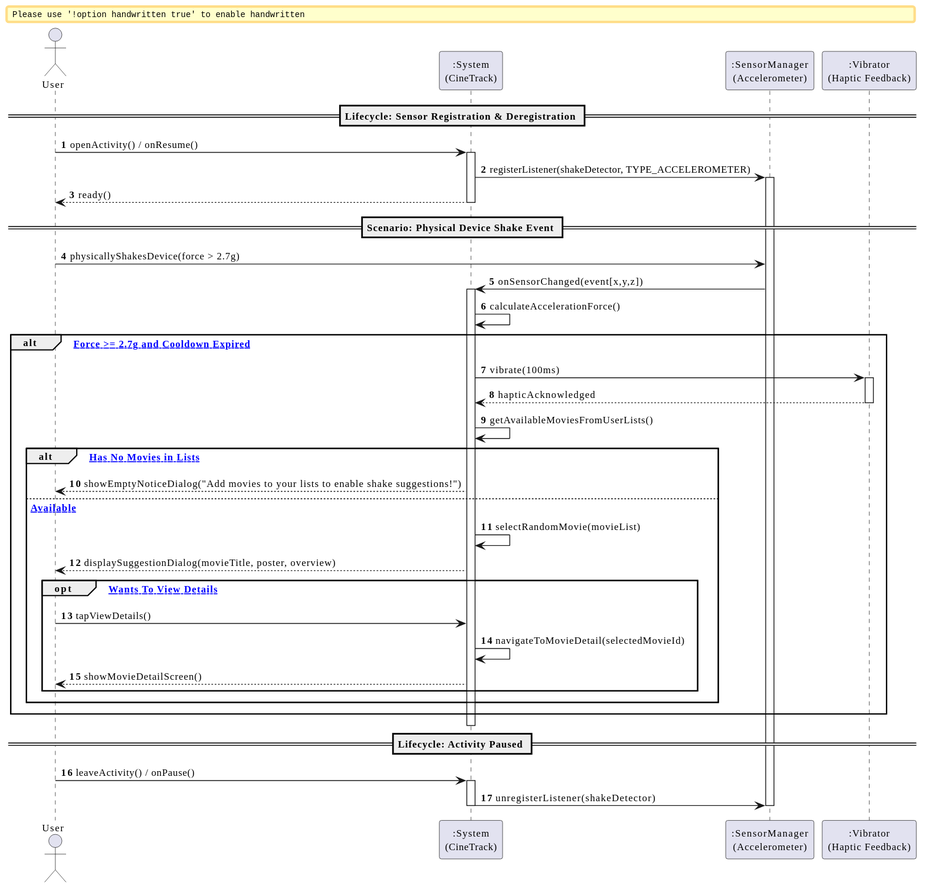
Earlier version of the PlantUML export docs/Use Cases/US6/svg/ssd_us6_shake_suggest.svg (Andre-1240567/DSSMV_ProjectDroid_1240567_1241013). Its diagram source:
```plantuml
@startuml
skinparam handwritten false
skinparam monochrome false
skinparam shadowing false
skinparam defaultFontName "Helvetica, Arial, sans-serif"
skinparam defaultFontSize 12

actor "User" as User
participant ":System\n(CineTrack)" as System
participant ":SensorManager\n(Accelerometer)" as Sensor
participant ":Vibrator\n(Haptic Feedback)" as Haptic

autonumber

== Lifecycle: Sensor Registration & Deregistration ==

User -> System : openActivity() / onResume()
activate System
System -> Sensor : registerListener(shakeDetector, TYPE_ACCELEROMETER)
activate Sensor
System --> User : ready()
deactivate System

== Scenario: Physical Device Shake Event ==

User -> Sensor : physicallyShakesDevice(force > 2.7g)
Sensor -> System : onSensorChanged(event[x,y,z])
activate System

System -> System : calculateAccelerationForce()

alt [Acceleration Force >= 2.7g and Cooldown Expired]
    System -> Haptic : vibrate(100ms)
    activate Haptic
    Haptic --> System : hapticAcknowledged
    deactivate Haptic

    System -> System : getAvailableMoviesFromUserLists()

    alt [User Has No Movies in Lists]
        System --> User : showEmptyNoticeDialog("Add movies to your lists to enable shake suggestions!")
    else [Movies Available]
        System -> System : selectRandomMovie(movieList)
        System --> User : displaySuggestionDialog(movieTitle, poster, overview)

        opt [User Wants To View Details]
            User -> System : tapViewDetails()
            System -> System : navigateToMovieDetail(selectedMovieId)
            System --> User : showMovieDetailScreen()
        end
    end
end

deactivate System

== Lifecycle: Activity Paused ==

User -> System : leaveActivity() / onPause()
activate System
System -> Sensor : unregisterListener(shakeDetector)
deactivate Sensor
deactivate System
@enduml
```
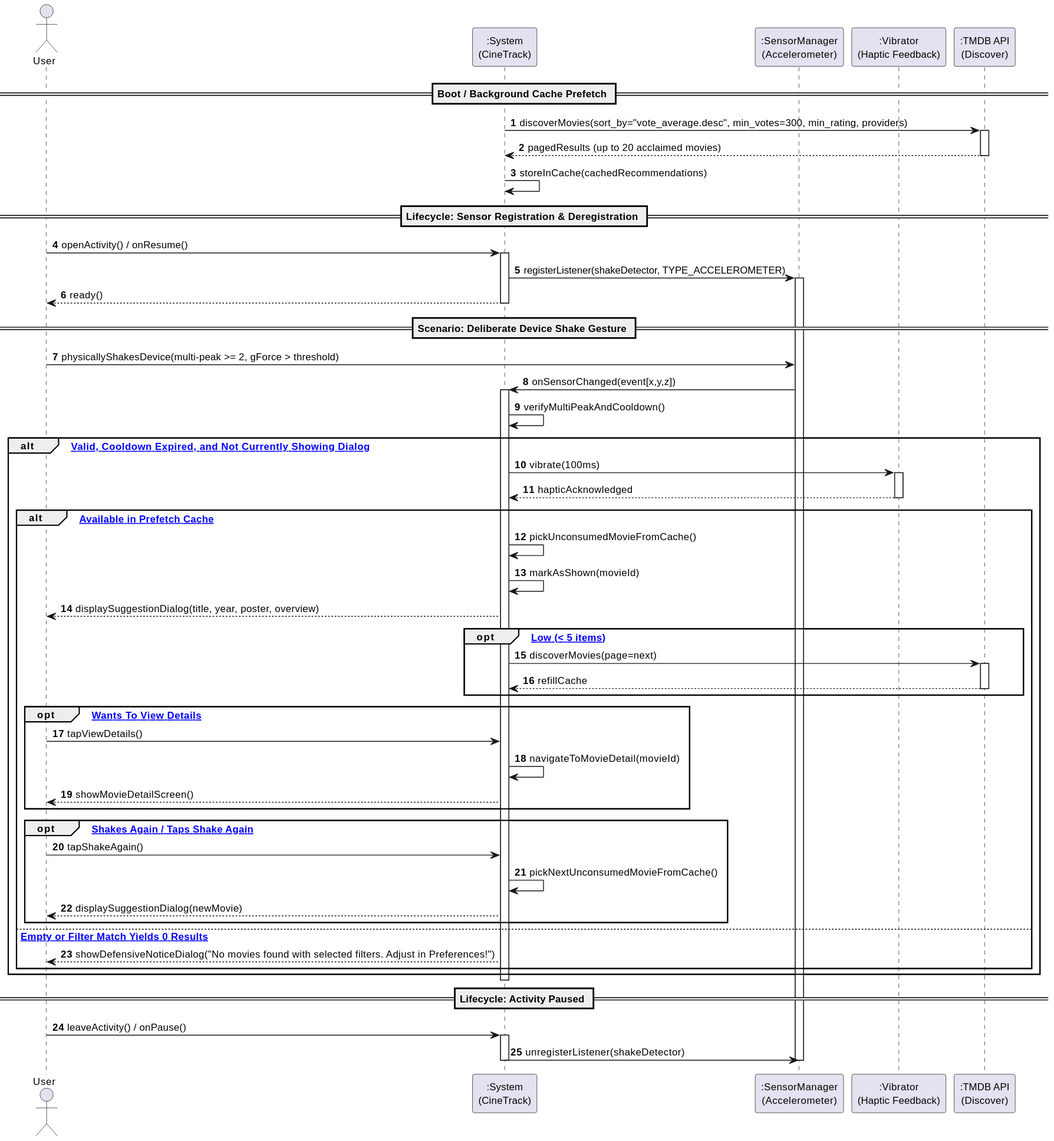
The same diagram one commit later.

Commit message:
docs: sync PlantUML SVGs, fix markdown links and remove machine-specific JDK path

Change to the diagram source:
```diff
@@ -9,8 +9,17 @@
 participant ":System\n(CineTrack)" as System
 participant ":SensorManager\n(Accelerometer)" as Sensor
 participant ":Vibrator\n(Haptic Feedback)" as Haptic
+participant ":TMDB API\n(Discover)" as TMDB
 
 autonumber
+
+== Boot / Background Cache Prefetch ==
+
+System -> TMDB : discoverMovies(sort_by="vote_average.desc", min_votes=300, min_rating, providers)
+activate TMDB
+TMDB --> System : pagedResults (up to 20 acclaimed movies)
+deactivate TMDB
+System -> System : storeInCache(cachedRecommendations)
 
 == Lifecycle: Sensor Registration & Deregistration ==
 
@@ -21,33 +30,45 @@
 System --> User : ready()
 deactivate System
 
-== Scenario: Physical Device Shake Event ==
+== Scenario: Deliberate Device Shake Gesture ==
 
-User -> Sensor : physicallyShakesDevice(force > 2.7g)
+User -> Sensor : physicallyShakesDevice(multi-peak >= 2, gForce > threshold)
 Sensor -> System : onSensorChanged(event[x,y,z])
 activate System
 
-System -> System : calculateAccelerationForce()
+System -> System : verifyMultiPeakAndCooldown()
 
-alt [Acceleration Force >= 2.7g and Cooldown Expired]
+alt [Debounce Valid, Cooldown Expired, and Not Currently Showing Dialog]
     System -> Haptic : vibrate(100ms)
     activate Haptic
     Haptic --> System : hapticAcknowledged
     deactivate Haptic
 
-    System -> System : getAvailableMoviesFromUserLists()
+    alt [Movie Available in Prefetch Cache]
+        System -> System : pickUnconsumedMovieFromCache()
+        System -> System : markAsShown(movieId)
+        System --> User : displaySuggestionDialog(title, year, poster, overview)
 
-    alt [User Has No Movies in Lists]
-        System --> User : showEmptyNoticeDialog("Add movies to your lists to enable shake suggestions!")
-    else [Movies Available]
-        System -> System : selectRandomMovie(movieList)
-        System --> User : displaySuggestionDialog(movieTitle, poster, overview)
+        opt [Cache Low (< 5 items)]
+            System -> TMDB : discoverMovies(page=next)
+            activate TMDB
+            TMDB --> System : refillCache
+            deactivate TMDB
+        end
 
         opt [User Wants To View Details]
             User -> System : tapViewDetails()
-            System -> System : navigateToMovieDetail(selectedMovieId)
+            System -> System : navigateToMovieDetail(movieId)
             System --> User : showMovieDetailScreen()
         end
+
+        opt [User Shakes Again / Taps Shake Again]
+            User -> System : tapShakeAgain()
+            System -> System : pickNextUnconsumedMovieFromCache()
+            System --> User : displaySuggestionDialog(newMovie)
+        end
+    else [Cache Empty or Filter Match Yields 0 Results]
+        System --> User : showDefensiveNoticeDialog("No movies found with selected filters. Adjust in Preferences!")
     end
 end
 
```
